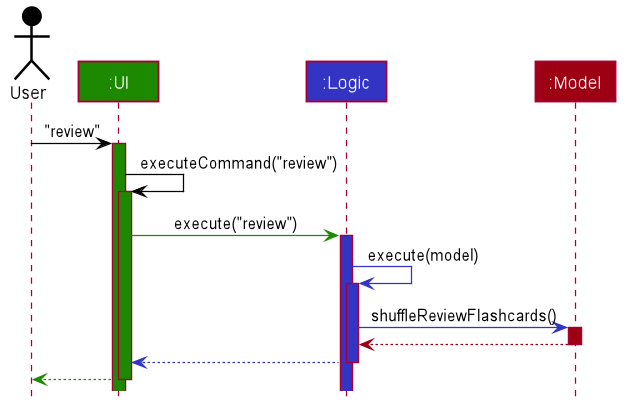
This is docs/images/ReviewSequenceDiagram.png from rachel170/tp, a PlantUML export, as it was before one commit. Its diagram source:
```plantuml
@startuml








skinparam BackgroundColor #FFFFFFF

skinparam Shadowing false

skinparam Class {
    FontColor #FFFFFF
    BorderThickness 1
    BorderColor #FFFFFF
    StereotypeFontColor #FFFFFF
    FontName Arial
}

skinparam Actor {
    BorderColor #000000
    Color #000000
    FontName Arial
}

skinparam Sequence {
    MessageAlign center
    BoxFontSize 15
    BoxPadding 0
    BoxFontColor #FFFFFF
    FontName Arial
}

skinparam Participant {
    FontColor #FFFFFFF
    Padding 20
}

skinparam MinClassWidth 50
skinparam ParticipantPadding 10
skinparam Shadowing false
skinparam DefaultTextAlignment center
skinparam packageStyle Rectangle

hide footbox
hide members
hide circle

Actor User as user #000000
Participant ":UI" as ui #1D8900
Participant ":Logic" as logic #3333C4
Participant ":Model" as model #9D0012

user -[#000000]> ui : "review"
activate ui #1D8900

ui -[#000000]> ui : executeCommand("review")
activate ui #1D8900

ui -[#1D8900]> logic : execute("review")
activate logic #3333C4

logic -[#3333C4]> logic : execute(model)
activate logic #3333C4

logic -[#3333C4]> model : shuffleReviewFlashcards()
activate model #9D0012

model -[#9D0012]-> logic
deactivate model

logic -[#3333C4]-> ui
deactivate logic

ui--[#1D8900]> user
deactivate ui

@enduml
```
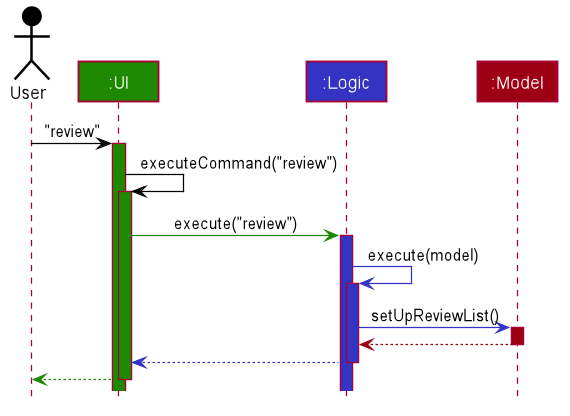
After the change.

Commit message:
Edit error message for large review limit

What changed in the source:
```diff
@@ -65,7 +65,7 @@
 logic -[#3333C4]> logic : execute(model)
 activate logic #3333C4
 
-logic -[#3333C4]> model : shuffleReviewFlashcards()
+logic -[#3333C4]> model : setUpReviewList()
 activate model #9D0012
 
 model -[#9D0012]-> logic
```
